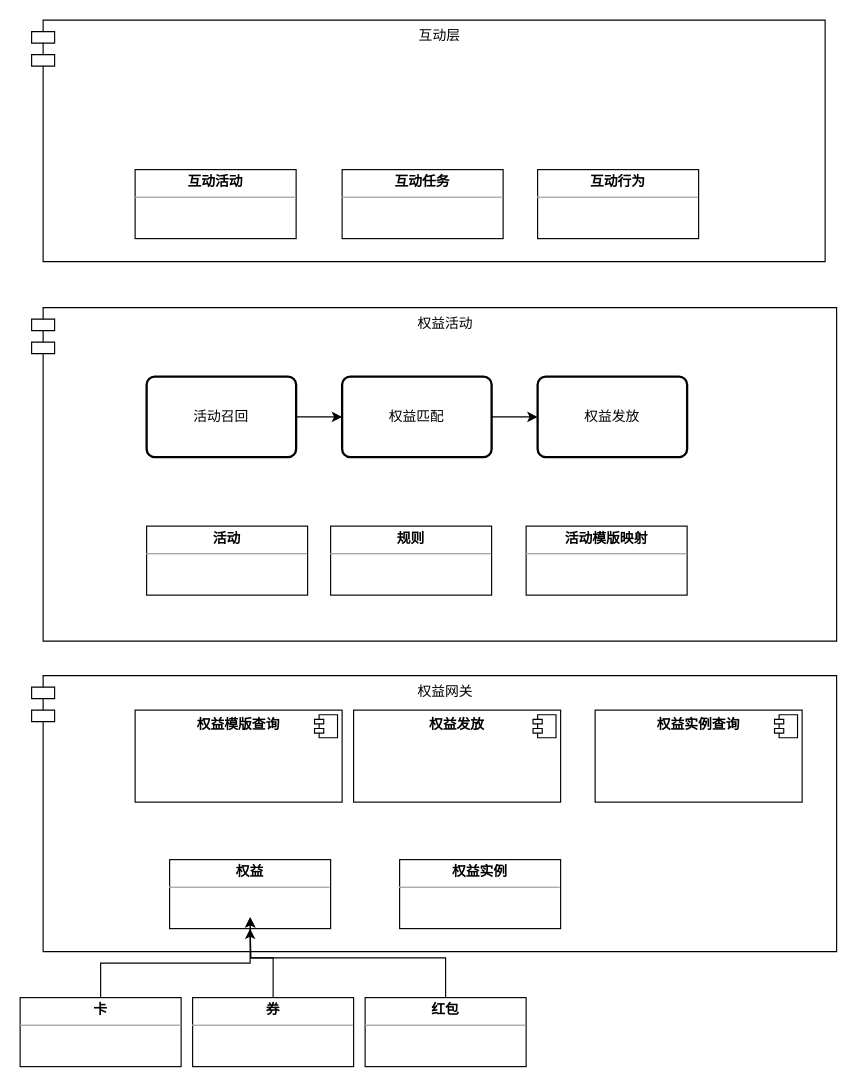
The draw.io diagram Untitled Diagram.drawio in nomouse/learn, before the edit. Source tidied: cells renumbered, new cells numbered last; positions are measured from the earlier drawing's top-left corner, leaving out a move shared by most shapes. Both pictures are drawn from the tidied source at 115%, with x=0, y=0 at pixel (20, 20).
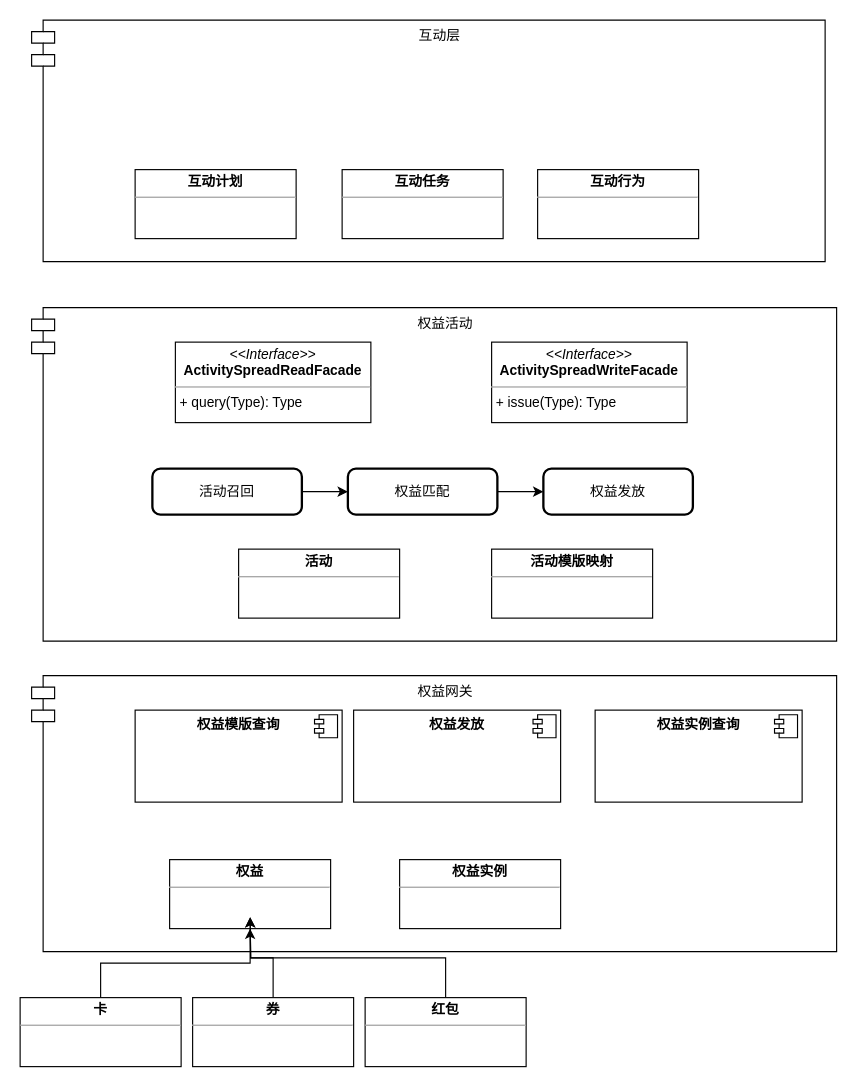
The same diagram, later.

Change to the diagram source:
```diff
@@
     <mxCell id="18" value="&lt;p style=&quot;margin: 0px ; margin-top: 4px ; text-align: center&quot;&gt;&lt;b&gt;活动&lt;/b&gt;&lt;/p&gt;&lt;hr size=&quot;1&quot;&gt;&lt;div style=&quot;height: 2px&quot;&gt;&lt;/div&gt;" style="verticalAlign=top;align=left;overflow=fill;fontSize=12;fontFamily=Helvetica;html=1;" parent="1" vertex="1">
-      <mxGeometry x="110" y="440" width="140" height="60" as="geometry" />
+      <mxGeometry x="190" y="460" width="140" height="60" as="geometry" />
     </mxCell>
-    <mxCell id="19" value="&lt;p style=&quot;margin: 0px ; margin-top: 4px ; text-align: center&quot;&gt;&lt;b&gt;规则&lt;/b&gt;&lt;/p&gt;&lt;hr size=&quot;1&quot;&gt;&lt;div style=&quot;height: 2px&quot;&gt;&lt;/div&gt;" style="verticalAlign=top;align=left;overflow=fill;fontSize=12;fontFamily=Helvetica;html=1;" parent="1" vertex="1">
-      <mxGeometry x="270" y="440" width="140" height="60" as="geometry" />
-    </mxCell>
     <mxCell id="20" value="&lt;p style=&quot;margin: 0px ; margin-top: 4px ; text-align: center&quot;&gt;&lt;b&gt;活动模版映射&lt;/b&gt;&lt;/p&gt;&lt;hr size=&quot;1&quot;&gt;&lt;div style=&quot;height: 2px&quot;&gt;&lt;/div&gt;" style="verticalAlign=top;align=left;overflow=fill;fontSize=12;fontFamily=Helvetica;html=1;" parent="1" vertex="1">
-      <mxGeometry x="440" y="440" width="140" height="60" as="geometry" />
+      <mxGeometry x="410" y="460" width="140" height="60" as="geometry" />
     </mxCell>
@@
     <mxCell id="22" value="活动召回" style="rounded=1;whiteSpace=wrap;html=1;absoluteArcSize=1;arcSize=14;strokeWidth=2;" parent="1" vertex="1">
-      <mxGeometry x="110" y="310" width="130" height="70" as="geometry" />
+      <mxGeometry x="115" y="390" width="130" height="40" as="geometry" />
     </mxCell>
@@
     <mxCell id="24" value="权益匹配" style="rounded=1;whiteSpace=wrap;html=1;absoluteArcSize=1;arcSize=14;strokeWidth=2;" parent="1" vertex="1">
-      <mxGeometry x="280" y="310" width="130" height="70" as="geometry" />
+      <mxGeometry x="285" y="390" width="130" height="40" as="geometry" />
     </mxCell>
     <mxCell id="25" value="权益发放" style="rounded=1;whiteSpace=wrap;html=1;absoluteArcSize=1;arcSize=14;strokeWidth=2;" parent="1" vertex="1">
-      <mxGeometry x="450" y="310" width="130" height="70" as="geometry" />
+      <mxGeometry x="455" y="390" width="130" height="40" as="geometry" />
     </mxCell>
@@
-    <mxCell id="27" value="&lt;p style=&quot;margin: 0px ; margin-top: 4px ; text-align: center&quot;&gt;&lt;b&gt;互动活动&lt;/b&gt;&lt;/p&gt;&lt;hr size=&quot;1&quot;&gt;&lt;div style=&quot;height: 2px&quot;&gt;&lt;/div&gt;" style="verticalAlign=top;align=left;overflow=fill;fontSize=12;fontFamily=Helvetica;html=1;" parent="1" vertex="1">
+    <mxCell id="27" value="&lt;p style=&quot;margin: 0px ; margin-top: 4px ; text-align: center&quot;&gt;&lt;b&gt;互动计划&lt;/b&gt;&lt;/p&gt;&lt;hr size=&quot;1&quot;&gt;&lt;div style=&quot;height: 2px&quot;&gt;&lt;/div&gt;" style="verticalAlign=top;align=left;overflow=fill;fontSize=12;fontFamily=Helvetica;html=1;" parent="1" vertex="1">
       <mxGeometry x="100" y="130" width="140" height="60" as="geometry" />
     </mxCell>
@@
+    <mxCell id="30" value="&lt;p style=&quot;margin: 0px ; margin-top: 4px ; text-align: center&quot;&gt;&lt;i&gt;&amp;lt;&amp;lt;Interface&amp;gt;&amp;gt;&lt;/i&gt;&lt;br&gt;&lt;b&gt;ActivitySpreadRead&lt;/b&gt;&lt;b&gt;Facade&lt;/b&gt;&lt;/p&gt;&lt;hr size=&quot;1&quot;&gt;&lt;p style=&quot;margin: 0px ; margin-left: 4px&quot;&gt;+ query(Type): Type&lt;br&gt;&lt;br&gt;&lt;/p&gt;" style="verticalAlign=top;align=left;overflow=fill;fontSize=12;fontFamily=Helvetica;html=1;" parent="1" vertex="1">
+      <mxGeometry x="135" y="280" width="170" height="70" as="geometry" />
+    </mxCell>
+    <mxCell id="31" value="&lt;p style=&quot;margin: 0px ; margin-top: 4px ; text-align: center&quot;&gt;&lt;i&gt;&amp;lt;&amp;lt;Interface&amp;gt;&amp;gt;&lt;/i&gt;&lt;br&gt;&lt;b&gt;ActivitySpreadWrite&lt;/b&gt;&lt;b&gt;Facade&lt;/b&gt;&lt;/p&gt;&lt;hr size=&quot;1&quot;&gt;&lt;p style=&quot;margin: 0px ; margin-left: 4px&quot;&gt;+ issue(Type): Type&lt;br&gt;&lt;br&gt;&lt;/p&gt;" style="verticalAlign=top;align=left;overflow=fill;fontSize=12;fontFamily=Helvetica;html=1;" parent="1" vertex="1">
+      <mxGeometry x="410" y="280" width="170" height="70" as="geometry" />
+    </mxCell>
```
